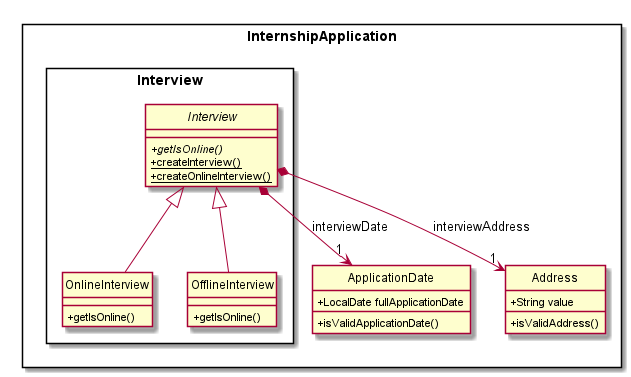
Above: images/InterviewClassDiagram.png in AY1920S2-CS2103T-F10-2/main (PlantUML), before the change.
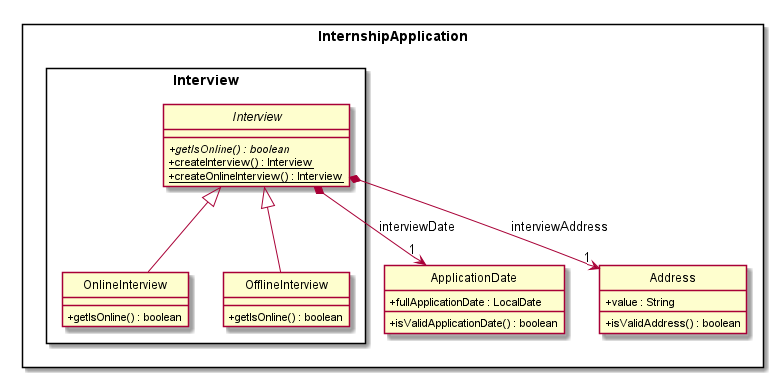
The same file after the commit.

Change to the diagram source:
```diff
@@ -16,27 +16,27 @@
 }
 
 abstract class Interview {
-+ {abstract} getIsOnline()
-+ {static} createInterview()
-+ {static} createOnlineInterview()
++ {abstract} getIsOnline() : boolean
++ {static} createInterview() : Interview
++ {static} createOnlineInterview() : Interview
 }
 
 class OnlineInterview {
-+ getIsOnline()
++ getIsOnline() : boolean
 }
 
 class OfflineInterview {
-+ getIsOnline()
++ getIsOnline() : boolean
 }
 
 class ApplicationDate {
-+ LocalDate fullApplicationDate
-+ isValidApplicationDate()
++ fullApplicationDate : LocalDate
++ isValidApplicationDate() : boolean
 }
 
 class Address {
-+ String value
-+ isValidAddress()
++ value : String
++ isValidAddress() : boolean
 }
 
 Interview *--> "1" ApplicationDate : interviewDate
```
